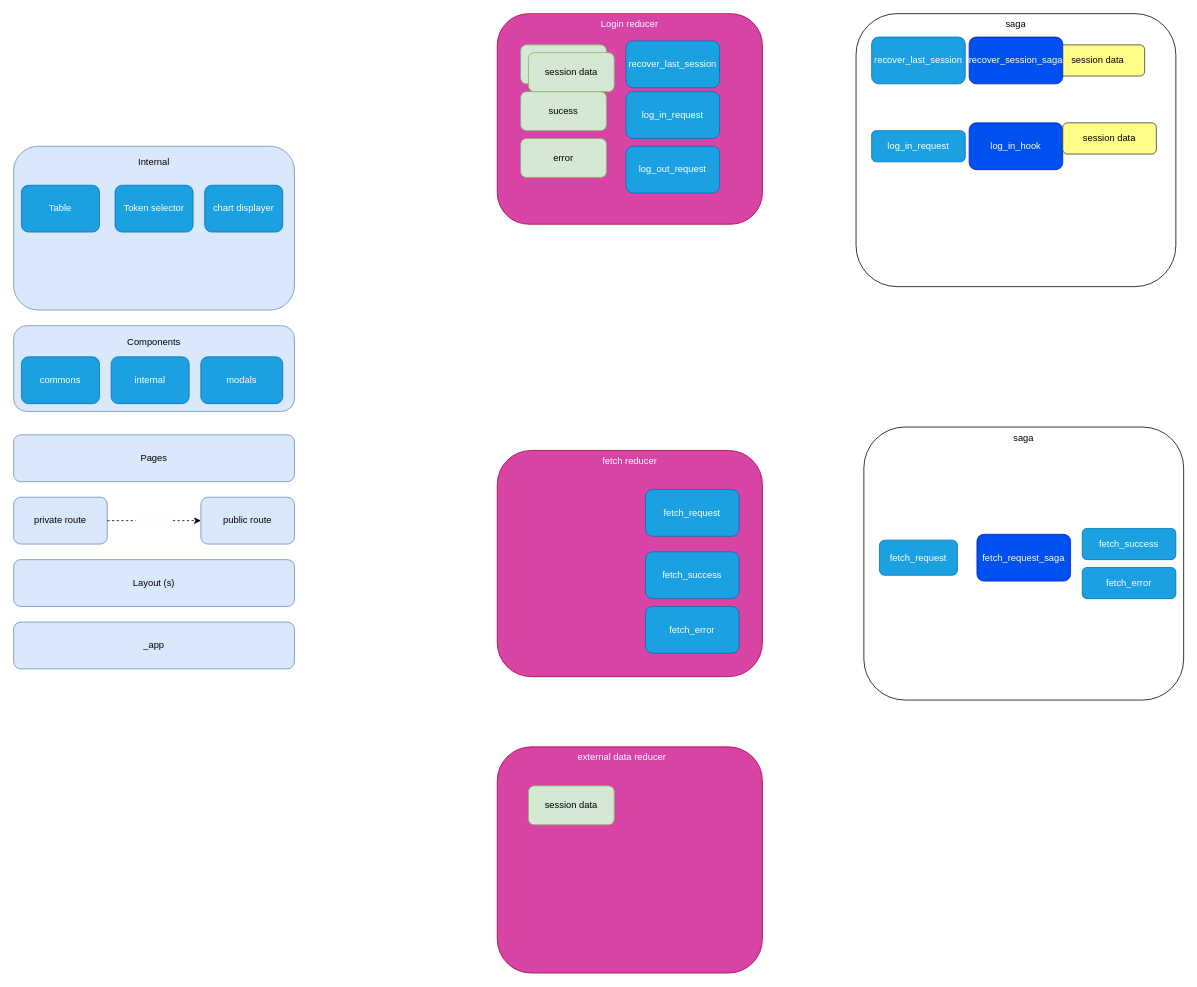
Loque18/bitnaft keeps this draw.io diagram as page "Page-1" (1 of 2) of docs/arch.drawio. Above is the earlier version. Source tidied: cells renumbered, new cells numbered last; positions are measured from the earlier drawing's top-left corner, leaving out a move shared by most shapes. Both pictures are drawn from the tidied source at 78%, with x=0, y=0 at pixel (13, 13).
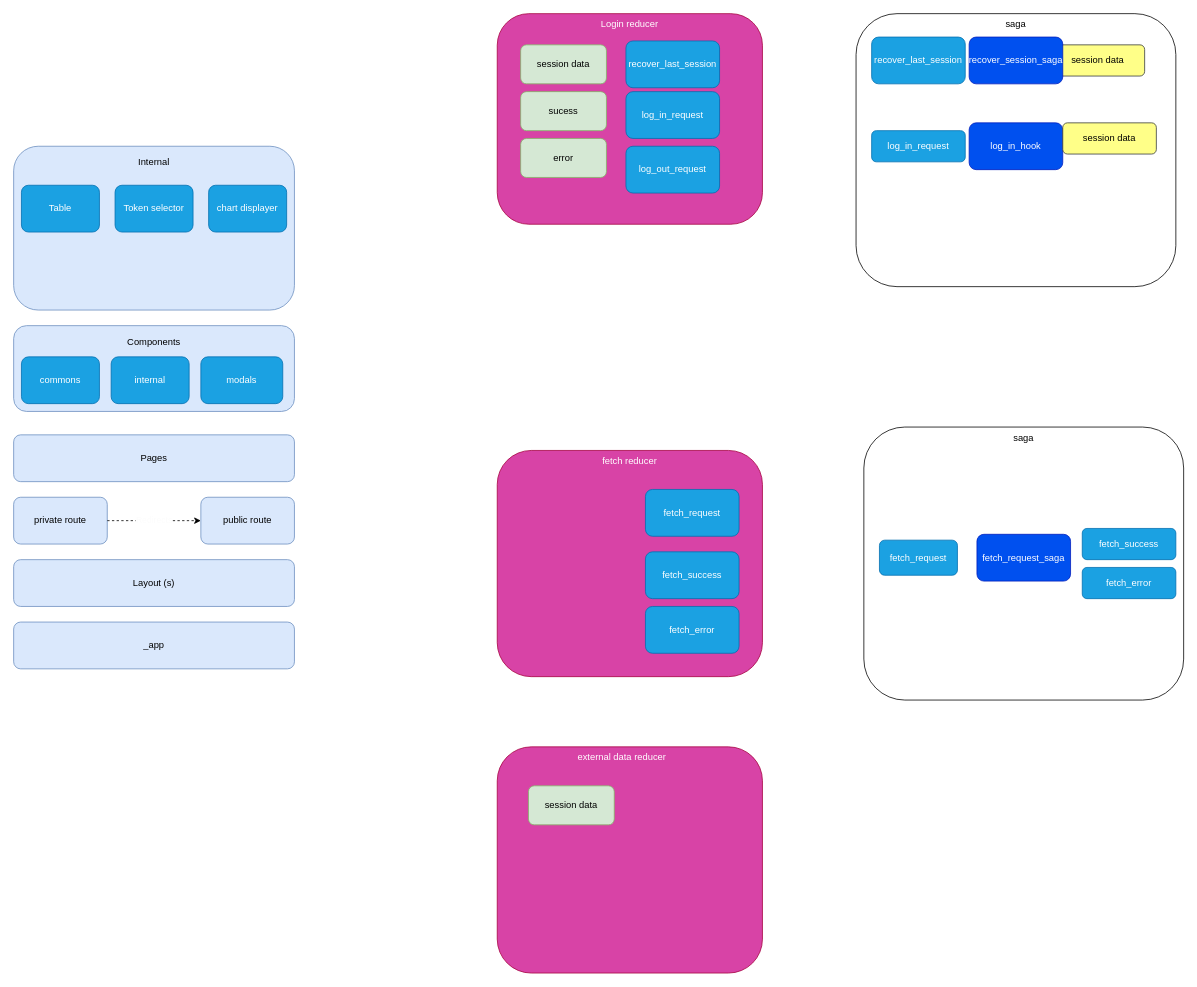
After the change.

Change to the diagram source:
```diff
@@
     <mxCell id="15" value="chart displayer" style="rounded=1;whiteSpace=wrap;html=1;fontColor=#ffffff;fillColor=#1ba1e2;strokeColor=#006EAF;" parent="1" vertex="1">
-      <mxGeometry x="245" y="220" width="100" height="60" as="geometry" />
+      <mxGeometry x="250" y="220" width="100" height="60" as="geometry" />
     </mxCell>
@@
-    <mxCell id="40" value="session data" style="rounded=1;whiteSpace=wrap;html=1;fillColor=#d5e8d4;strokeColor=#82b366;fontColor=#000000;" parent="1" vertex="1">
-      <mxGeometry x="660" y="50" width="110" height="50" as="geometry" />
-    </mxCell>
```
